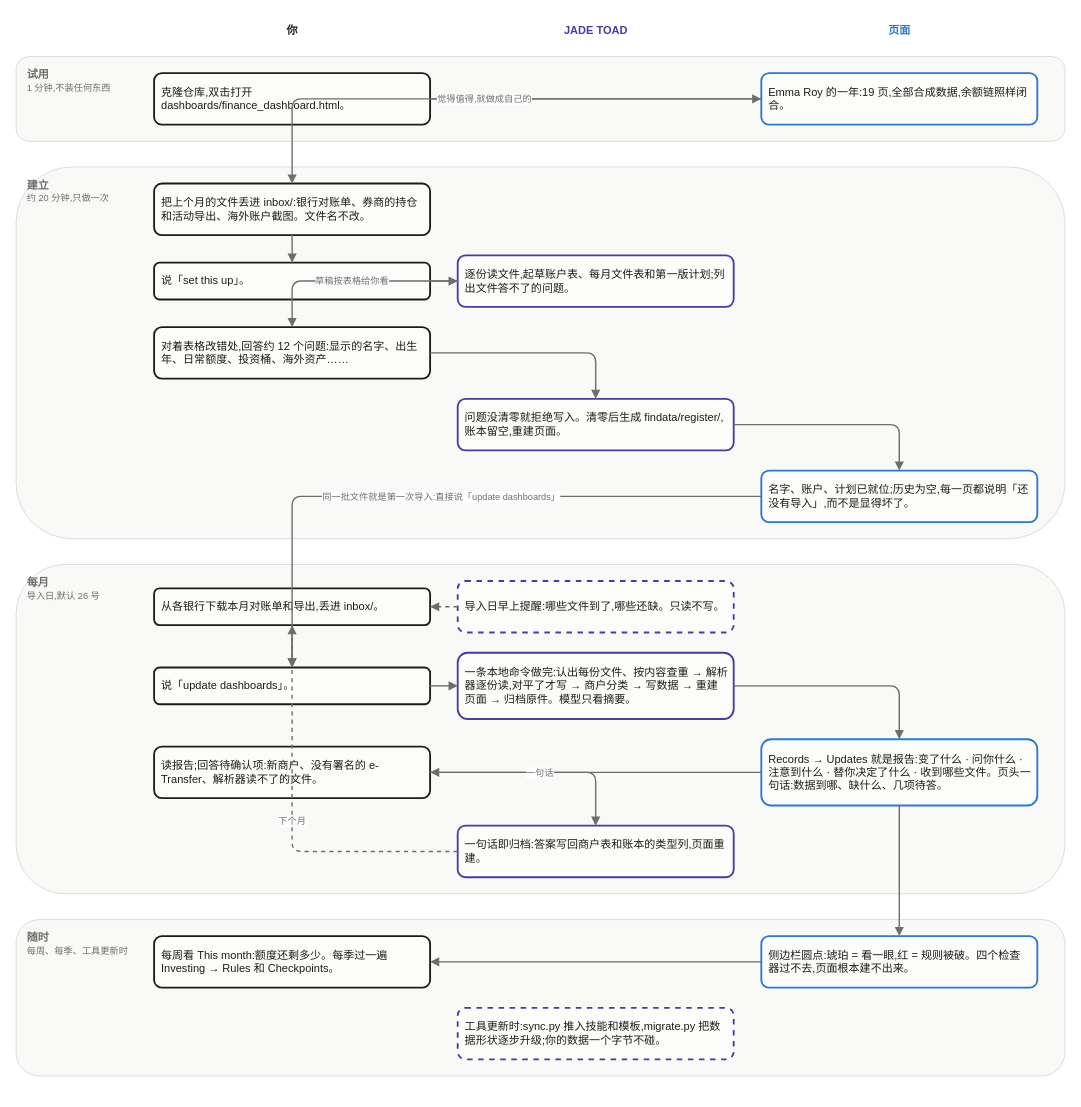
The draw.io diagram docs/zh/product_flow.drawio in LydiaBlllue/firetoad, before the edit. Source tidied: cells renumbered, new cells numbered last; positions are measured from the earlier drawing's top-left corner, leaving out a move shared by most shapes. Both pictures are drawn from the tidied source at 92%, with x=0, y=0 at pixel (16, 16).
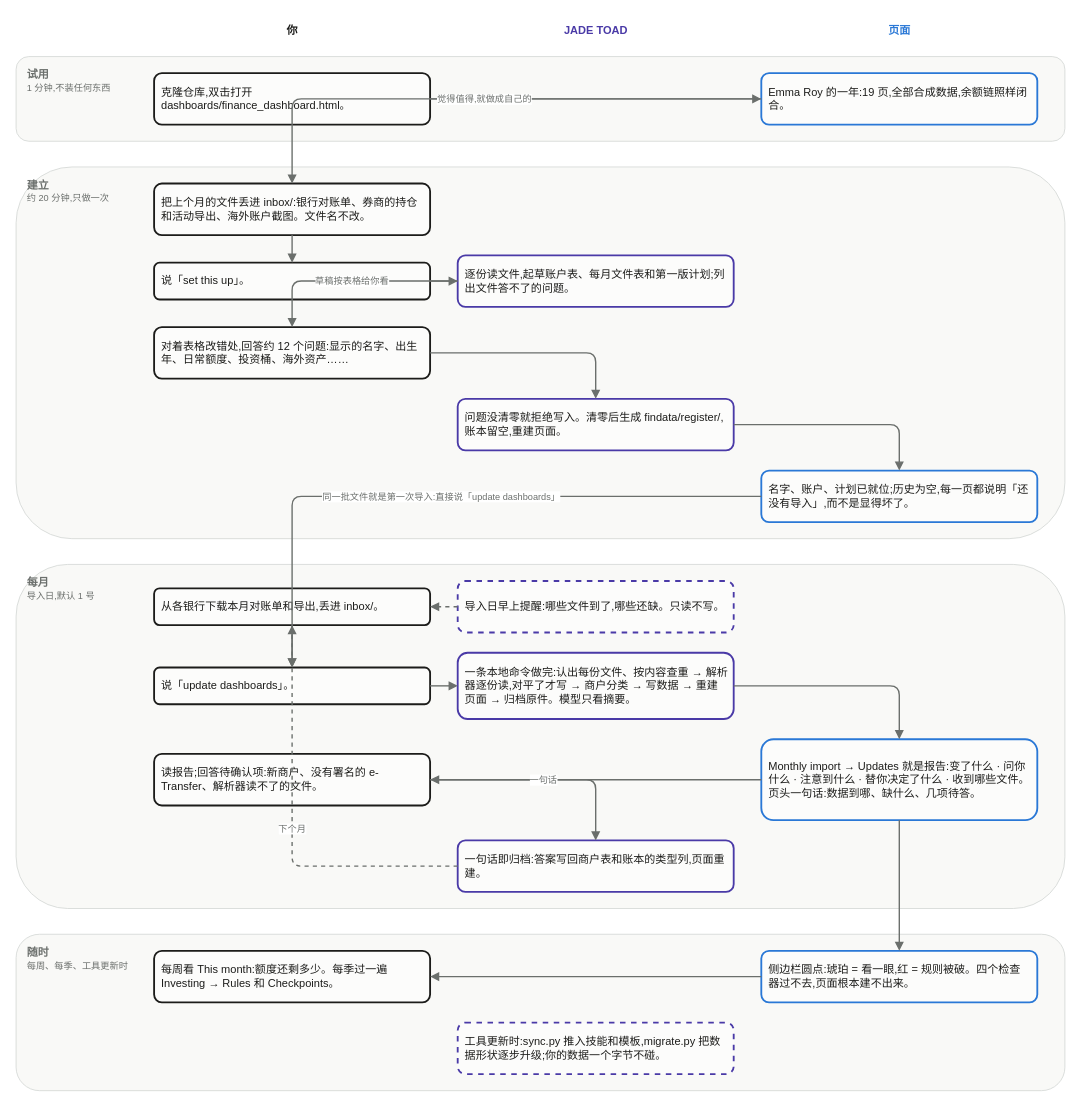
Above is the later version.

The edit, as a diff of the source:
```diff
@@
-    <mxCell id="4" value="&lt;b&gt;每月&lt;/b&gt;&lt;br&gt;&lt;font style='font-size:10px'&gt;导入日,默认 26 号&lt;/font&gt;" style="rounded=1;whiteSpace=wrap;html=1;fillColor=#f9f9f7;strokeColor=#d8dcd9;fontColor=#6b6f6c;align=left;verticalAlign=top;spacingLeft=10;spacingTop=6;fontSize=12;" parent="1" vertex="1">
-      <mxGeometry y="596" width="1140" height="358" as="geometry" />
+    <mxCell id="4" value="&lt;b&gt;每月&lt;/b&gt;&lt;br&gt;&lt;font style='font-size:10px'&gt;导入日,默认 1 号&lt;/font&gt;" style="rounded=1;whiteSpace=wrap;html=1;fillColor=#f9f9f7;strokeColor=#d8dcd9;fontColor=#6b6f6c;align=left;verticalAlign=top;spacingLeft=10;spacingTop=6;fontSize=12;" parent="1" vertex="1">
+      <mxGeometry y="596" width="1140" height="374" as="geometry" />
     </mxCell>
     <mxCell id="5" value="&lt;b&gt;随时&lt;/b&gt;&lt;br&gt;&lt;font style='font-size:10px'&gt;每周、每季、工具更新时&lt;/font&gt;" style="rounded=1;whiteSpace=wrap;html=1;fillColor=#f9f9f7;strokeColor=#d8dcd9;fontColor=#6b6f6c;align=left;verticalAlign=top;spacingLeft=10;spacingTop=6;fontSize=12;" parent="1" vertex="1">
-      <mxGeometry y="982" width="1140" height="170" as="geometry" />
+      <mxGeometry y="998" width="1140" height="170" as="geometry" />
     </mxCell>
@@
-    <mxCell id="21" value="Records → Updates 就是报告:变了什么 · 问你什么 · 注意到什么 · 替你决定了什么 · 收到哪些文件。页头一句话:数据到哪、缺什么、几项待答。" style="rounded=1;whiteSpace=wrap;html=1;fillColor=#fcfcfb;strokeColor=#2a78d6;strokeWidth=2;fontColor=#1c1c1a;fontSize=12;align=left;verticalAlign=middle;spacing=8;" parent="1" vertex="1">
-      <mxGeometry x="810" y="786" width="300" height="72" as="geometry" />
+    <mxCell id="21" value="Monthly import → Updates 就是报告:变了什么 · 问你什么 · 注意到什么 · 替你决定了什么 · 收到哪些文件。页头一句话:数据到哪、缺什么、几项待答。" style="rounded=1;whiteSpace=wrap;html=1;fillColor=#fcfcfb;strokeColor=#2a78d6;strokeWidth=2;fontColor=#1c1c1a;fontSize=12;align=left;verticalAlign=middle;spacing=8;" parent="1" vertex="1">
+      <mxGeometry x="810" y="786" width="300" height="88" as="geometry" />
     </mxCell>
     <mxCell id="22" value="读报告;回答待确认项:新商户、没有署名的 e-Transfer、解析器读不了的文件。" style="rounded=1;whiteSpace=wrap;html=1;fillColor=#fcfcfb;strokeColor=#1c1c1a;strokeWidth=2;fontColor=#1c1c1a;fontSize=12;align=left;verticalAlign=middle;spacing=8;" parent="1" vertex="1">
-      <mxGeometry x="150" y="794" width="300" height="56" as="geometry" />
+      <mxGeometry x="150" y="802" width="300" height="56" as="geometry" />
     </mxCell>
     <mxCell id="23" value="一句话即归档:答案写回商户表和账本的类型列,页面重建。" style="rounded=1;whiteSpace=wrap;html=1;fillColor=#fcfcfb;strokeColor=#4a3aa7;strokeWidth=2;fontColor=#1c1c1a;fontSize=12;align=left;verticalAlign=middle;spacing=8;" parent="1" vertex="1">
-      <mxGeometry x="480" y="880" width="300" height="56" as="geometry" />
+      <mxGeometry x="480" y="896" width="300" height="56" as="geometry" />
     </mxCell>
     <mxCell id="24" value="每周看 This month:额度还剩多少。每季过一遍 Investing → Rules 和 Checkpoints。" style="rounded=1;whiteSpace=wrap;html=1;fillColor=#fcfcfb;strokeColor=#1c1c1a;strokeWidth=2;fontColor=#1c1c1a;fontSize=12;align=left;verticalAlign=middle;spacing=8;" parent="1" vertex="1">
-      <mxGeometry x="150" y="1000" width="300" height="56" as="geometry" />
+      <mxGeometry x="150" y="1016" width="300" height="56" as="geometry" />
     </mxCell>
     <mxCell id="25" value="侧边栏圆点:琥珀 = 看一眼,红 = 规则被破。四个检查器过不去,页面根本建不出来。" style="rounded=1;whiteSpace=wrap;html=1;fillColor=#fcfcfb;strokeColor=#2a78d6;strokeWidth=2;fontColor=#1c1c1a;fontSize=12;align=left;verticalAlign=middle;spacing=8;" parent="1" vertex="1">
-      <mxGeometry x="810" y="1000" width="300" height="56" as="geometry" />
+      <mxGeometry x="810" y="1016" width="300" height="56" as="geometry" />
     </mxCell>
     <mxCell id="26" value="工具更新时:sync.py 推入技能和模板,migrate.py 把数据形状逐步升级;你的数据一个字节不碰。" style="rounded=1;whiteSpace=wrap;html=1;fillColor=#fcfcfb;strokeColor=#4a3aa7;strokeWidth=2;fontColor=#1c1c1a;fontSize=12;align=left;verticalAlign=middle;spacing=8;dashed=1;" parent="1" vertex="1">
-      <mxGeometry x="480" y="1078" width="300" height="56" as="geometry" />
+      <mxGeometry x="480" y="1094" width="300" height="56" as="geometry" />
     </mxCell>
```
